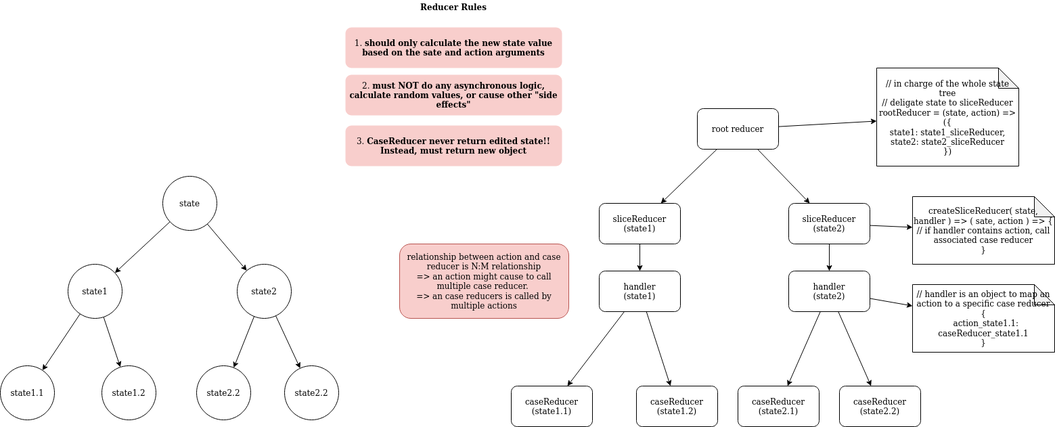
Before: reducer_logic.png, a diagram exported from draw.io (stsiwo/react_redux_concept). Source tidied: cells renumbered, new cells last; positions are measured from the earlier drawing's top-left corner, leaving out a move shared by most shapes.
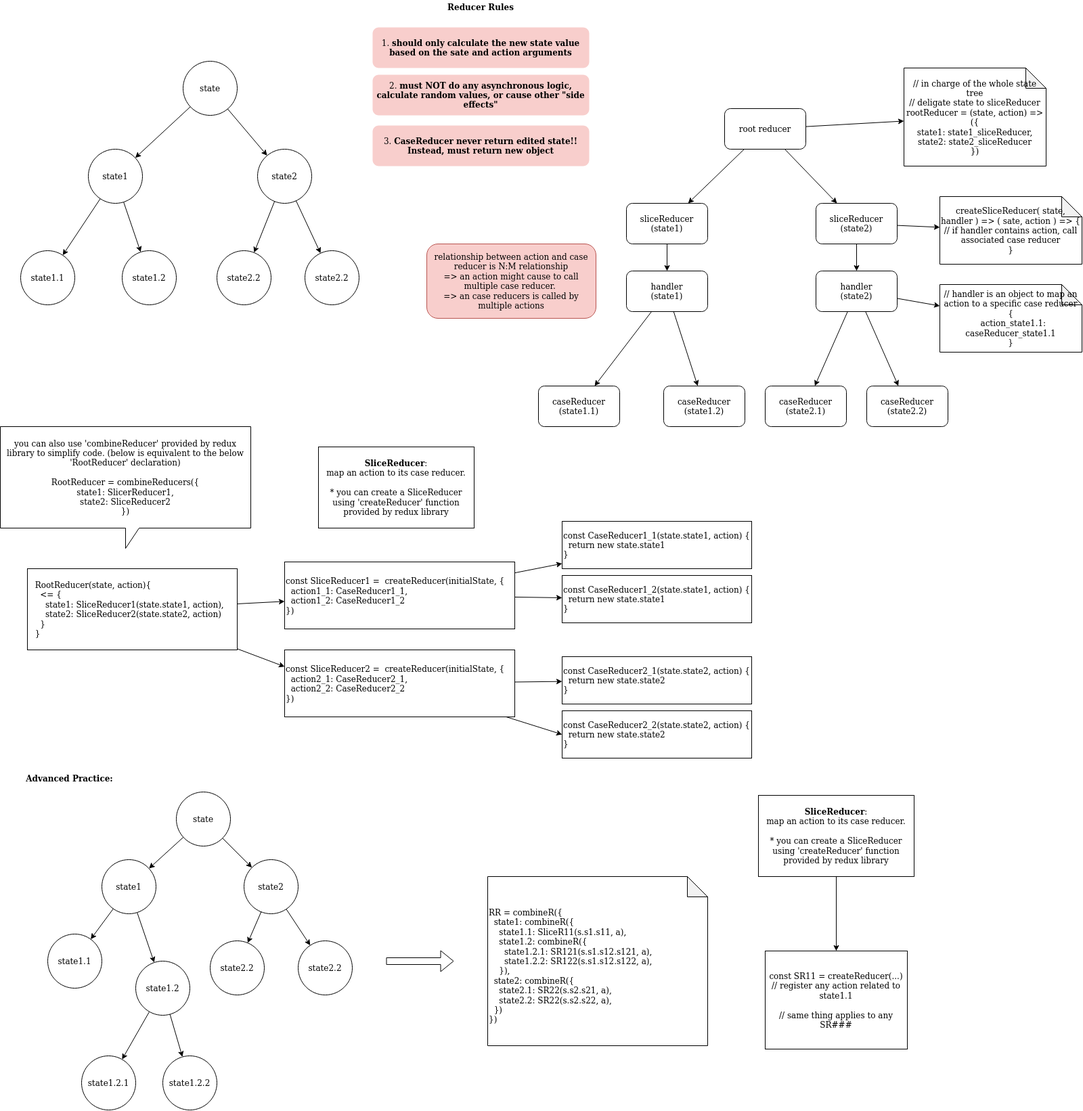
Above is the later version.

Change to the diagram source:
```diff
@@ -27,7 +27,7 @@
       <mxGeometry relative="1" as="geometry" />
     </mxCell>
     <mxCell id="10" value="state" style="ellipse;whiteSpace=wrap;html=1;" parent="1" vertex="1">
-      <mxGeometry x="240" y="260" width="80" height="80" as="geometry" />
+      <mxGeometry x="230" y="90" width="80" height="80" as="geometry" />
     </mxCell>
     <mxCell id="11" style="edgeStyle=none;rounded=0;jettySize=auto;html=1;" parent="1" edge="1" source="13" target="15">
       <mxGeometry relative="1" as="geometry" />
@@ -36,13 +36,13 @@
       <mxGeometry relative="1" as="geometry" />
     </mxCell>
     <mxCell id="13" value="state2" style="ellipse;whiteSpace=wrap;html=1;" parent="1" vertex="1">
-      <mxGeometry x="350" y="390" width="80" height="80" as="geometry" />
+      <mxGeometry x="340" y="220" width="80" height="80" as="geometry" />
     </mxCell>
     <mxCell id="14" value="state2.2" style="ellipse;whiteSpace=wrap;html=1;" parent="1" vertex="1">
-      <mxGeometry x="420" y="540" width="80" height="80" as="geometry" />
+      <mxGeometry x="410" y="370" width="80" height="80" as="geometry" />
     </mxCell>
     <mxCell id="15" value="state2.2" style="ellipse;whiteSpace=wrap;html=1;" parent="1" vertex="1">
-      <mxGeometry x="290" y="540" width="80" height="80" as="geometry" />
+      <mxGeometry x="280" y="370" width="80" height="80" as="geometry" />
     </mxCell>
     <mxCell id="16" style="edgeStyle=none;rounded=0;jettySize=auto;html=1;" parent="1" edge="1" source="18" target="20">
       <mxGeometry relative="1" as="geometry" />
@@ -51,13 +51,13 @@
       <mxGeometry relative="1" as="geometry" />
     </mxCell>
     <mxCell id="18" value="state1" style="ellipse;whiteSpace=wrap;html=1;" parent="1" vertex="1">
-      <mxGeometry x="100" y="390" width="80" height="80" as="geometry" />
+      <mxGeometry x="90" y="220" width="80" height="80" as="geometry" />
     </mxCell>
     <mxCell id="19" value="state1.2" style="ellipse;whiteSpace=wrap;html=1;" parent="1" vertex="1">
-      <mxGeometry x="150" y="540" width="80" height="80" as="geometry" />
+      <mxGeometry x="140" y="370" width="80" height="80" as="geometry" />
     </mxCell>
     <mxCell id="20" value="state1.1" style="ellipse;whiteSpace=wrap;html=1;" parent="1" vertex="1">
-      <mxGeometry y="540" width="80" height="80" as="geometry" />
+      <mxGeometry x="-10" y="370" width="80" height="80" as="geometry" />
     </mxCell>
     <mxCell id="21" value="// in charge of the whole state tree&lt;br&gt;// deligate state to sliceReducer&lt;br&gt;rootReducer = (state, action) =&amp;gt; ({&lt;br&gt;state1: state1_sliceReducer,&lt;br&gt;state2: state2_sliceReducer&lt;br&gt;})&lt;br&gt;" style="shape=note;whiteSpace=wrap;html=1;backgroundOutline=1;darkOpacity=0.05;" parent="1" vertex="1">
       <mxGeometry x="1295" y="100" width="210" height="145" as="geometry" />
@@ -125,5 +125,122 @@
     <mxCell id="42" value="&lt;b&gt;Reducer Rules&lt;/b&gt;" style="text;html=1;strokeColor=none;fillColor=none;align=center;verticalAlign=middle;whiteSpace=wrap;rounded=0;" parent="1" vertex="1">
       <mxGeometry x="605" width="130" height="20" as="geometry" />
     </mxCell>
+    <mxCell id="43" style="rounded=0;jettySize=auto;html=1;" parent="1" edge="1" source="45" target="49">
+      <mxGeometry relative="1" as="geometry" />
+    </mxCell>
+    <mxCell id="44" style="edgeStyle=none;rounded=0;jettySize=auto;html=1;entryX=0;entryY=0.25;entryDx=0;entryDy=0;" parent="1" edge="1" source="45" target="52">
+      <mxGeometry relative="1" as="geometry" />
+    </mxCell>
+    <mxCell id="45" value="&lt;div&gt;&lt;br&gt;&lt;/div&gt;&lt;div align=&quot;left&quot;&gt;RootReducer(state, action){&lt;/div&gt;&lt;div align=&quot;left&quot;&gt;&amp;nbsp; &amp;lt;= {&lt;/div&gt;&lt;div align=&quot;left&quot;&gt;&amp;nbsp;&amp;nbsp;&amp;nbsp; state1: SliceReducer1(state.state1, action),&amp;nbsp;&amp;nbsp; &lt;br&gt;&lt;/div&gt;&lt;div align=&quot;left&quot;&gt;&amp;nbsp;&amp;nbsp;&amp;nbsp; state2: SliceReducer2(state.state2, action)&lt;br&gt;&lt;/div&gt;&lt;div align=&quot;left&quot;&gt;&amp;nbsp; }&lt;/div&gt;&lt;div align=&quot;left&quot;&gt;}&lt;br&gt;&lt;/div&gt;&lt;div&gt;&lt;br&gt;&lt;/div&gt;" style="rounded=0;whiteSpace=wrap;html=1;" parent="1" vertex="1">
+      <mxGeometry y="840" width="310" height="120" as="geometry" />
+    </mxCell>
+    <mxCell id="46" value="&lt;div&gt;&lt;b&gt;SliceReducer&lt;/b&gt;:&lt;/div&gt;&lt;div&gt;map an action to its case reducer.&lt;br&gt;&lt;/div&gt;&lt;div&gt;&lt;br&gt;&lt;/div&gt;&lt;div&gt;* you can create a SliceReducer using 'createReducer' function provided by redux library&lt;br&gt;&lt;/div&gt;" style="rounded=0;whiteSpace=wrap;html=1;" parent="1" vertex="1">
+      <mxGeometry x="430" y="660" width="230" height="120" as="geometry" />
+    </mxCell>
+    <mxCell id="47" style="edgeStyle=none;rounded=0;jettySize=auto;html=1;" parent="1" edge="1" source="49" target="53">
+      <mxGeometry relative="1" as="geometry" />
+    </mxCell>
+    <mxCell id="48" style="edgeStyle=none;rounded=0;jettySize=auto;html=1;" parent="1" edge="1" source="49" target="54">
+      <mxGeometry relative="1" as="geometry" />
+    </mxCell>
+    <mxCell id="49" value="&lt;div align=&quot;left&quot;&gt;const SliceReducer1 =&amp;nbsp; createReducer(initialState, { &lt;br&gt;&lt;/div&gt;&lt;div align=&quot;left&quot;&gt;&amp;nbsp; action1_1: CaseReducer1_1,&lt;/div&gt;&lt;div align=&quot;left&quot;&gt;&amp;nbsp; action1_2: CaseReducer1_2&lt;br&gt;&lt;/div&gt;&lt;div align=&quot;left&quot;&gt; })&lt;/div&gt;" style="rounded=0;whiteSpace=wrap;html=1;align=left;" parent="1" vertex="1">
+      <mxGeometry x="380" y="830" width="340" height="99" as="geometry" />
+    </mxCell>
+    <mxCell id="50" style="edgeStyle=none;rounded=0;jettySize=auto;html=1;" parent="1" edge="1" source="52" target="55">
+      <mxGeometry relative="1" as="geometry" />
+    </mxCell>
+    <mxCell id="51" style="edgeStyle=none;rounded=0;jettySize=auto;html=1;entryX=0;entryY=0.5;entryDx=0;entryDy=0;" parent="1" edge="1" source="52" target="56">
+      <mxGeometry relative="1" as="geometry" />
+    </mxCell>
+    <mxCell id="52" value="&lt;div align=&quot;left&quot;&gt;const SliceReducer2 =&amp;nbsp; createReducer(initialState, { &lt;br&gt;&lt;/div&gt;&lt;div align=&quot;left&quot;&gt;&amp;nbsp; action2_1: CaseReducer2_1,&lt;/div&gt;&lt;div align=&quot;left&quot;&gt;&amp;nbsp; action2_2: CaseReducer2_2&lt;br&gt;&lt;/div&gt;&lt;div align=&quot;left&quot;&gt; })&lt;/div&gt;" style="rounded=0;whiteSpace=wrap;html=1;align=left;" parent="1" vertex="1">
+      <mxGeometry x="380" y="960" width="340" height="99" as="geometry" />
+    </mxCell>
+    <mxCell id="53" value="&lt;div align=&quot;left&quot;&gt;const CaseReducer1_1(state.state1, action) {&lt;/div&gt;&lt;div align=&quot;left&quot;&gt;&amp;nbsp; return new state.state1&lt;/div&gt;&lt;div align=&quot;left&quot;&gt;}&lt;br&gt;&lt;/div&gt;" style="rounded=0;whiteSpace=wrap;html=1;align=left;" parent="1" vertex="1">
+      <mxGeometry x="790" y="770" width="280" height="70" as="geometry" />
+    </mxCell>
+    <mxCell id="54" value="&lt;div align=&quot;left&quot;&gt;const CaseReducer1_2(state.state1, action) {&lt;/div&gt;&lt;div align=&quot;left&quot;&gt;&amp;nbsp; return new state.state1&lt;/div&gt;&lt;div align=&quot;left&quot;&gt;}&lt;br&gt;&lt;/div&gt;" style="rounded=0;whiteSpace=wrap;html=1;align=left;" parent="1" vertex="1">
+      <mxGeometry x="790" y="850" width="280" height="70" as="geometry" />
+    </mxCell>
+    <mxCell id="55" value="&lt;div align=&quot;left&quot;&gt;const CaseReducer2_1(state.state2, action) {&lt;/div&gt;&lt;div align=&quot;left&quot;&gt;&amp;nbsp; return new state.state2&lt;/div&gt;&lt;div align=&quot;left&quot;&gt;}&lt;br&gt;&lt;/div&gt;" style="rounded=0;whiteSpace=wrap;html=1;align=left;" parent="1" vertex="1">
+      <mxGeometry x="790" y="970" width="280" height="70" as="geometry" />
+    </mxCell>
+    <mxCell id="56" value="&lt;div align=&quot;left&quot;&gt;const CaseReducer2_2(state.state2, action) {&lt;/div&gt;&lt;div align=&quot;left&quot;&gt;&amp;nbsp; return new state.state2&lt;/div&gt;&lt;div align=&quot;left&quot;&gt;}&lt;br&gt;&lt;/div&gt;" style="rounded=0;whiteSpace=wrap;html=1;align=left;" parent="1" vertex="1">
+      <mxGeometry x="790" y="1050" width="280" height="70" as="geometry" />
+    </mxCell>
+    <mxCell id="57" value="&lt;div&gt;you can also use 'combineReducer' provided by redux library to simplify code.&amp;nbsp;(below is equivalent to the below 'RootReducer' declaration)&lt;/div&gt;&lt;div&gt;&lt;br&gt;&lt;/div&gt;&lt;div&gt;RootReducer = combineReducers({&lt;/div&gt;&lt;div&gt;state1: SlicerReducer1,&lt;/div&gt;&lt;div&gt;state2: SliceReducer2&lt;br&gt;&lt;/div&gt;&lt;div&gt;})&lt;br&gt;&lt;/div&gt;" style="shape=callout;whiteSpace=wrap;html=1;perimeter=calloutPerimeter;" parent="1" vertex="1">
+      <mxGeometry x="-40" y="630" width="370" height="180" as="geometry" />
+    </mxCell>
+    <mxCell id="58" value="&lt;b&gt;Advanced Practice:&lt;/b&gt;" style="text;html=1;strokeColor=none;fillColor=none;align=center;verticalAlign=middle;whiteSpace=wrap;rounded=0;" parent="1" vertex="1">
+      <mxGeometry x="-5" y="1140" width="135" height="20" as="geometry" />
+    </mxCell>
+    <mxCell id="59" style="edgeStyle=none;rounded=0;jettySize=auto;html=1;" parent="1" edge="1" source="61" target="69">
+      <mxGeometry relative="1" as="geometry" />
+    </mxCell>
+    <mxCell id="60" style="edgeStyle=none;rounded=0;jettySize=auto;html=1;" parent="1" edge="1" source="61" target="64">
+      <mxGeometry relative="1" as="geometry" />
+    </mxCell>
+    <mxCell id="61" value="state" style="ellipse;whiteSpace=wrap;html=1;" parent="1" vertex="1">
+      <mxGeometry x="220" y="1170" width="80" height="80" as="geometry" />
+    </mxCell>
+    <mxCell id="62" style="edgeStyle=none;rounded=0;jettySize=auto;html=1;" parent="1" edge="1" source="64" target="66">
+      <mxGeometry relative="1" as="geometry" />
+    </mxCell>
+    <mxCell id="63" style="edgeStyle=none;rounded=0;jettySize=auto;html=1;" parent="1" edge="1" source="64" target="65">
+      <mxGeometry relative="1" as="geometry" />
+    </mxCell>
+    <mxCell id="64" value="state2" style="ellipse;whiteSpace=wrap;html=1;" parent="1" vertex="1">
+      <mxGeometry x="320" y="1270" width="80" height="80" as="geometry" />
+    </mxCell>
+    <mxCell id="65" value="state2.2" style="ellipse;whiteSpace=wrap;html=1;" parent="1" vertex="1">
+      <mxGeometry x="400" y="1390" width="80" height="80" as="geometry" />
+    </mxCell>
+    <mxCell id="66" value="state2.2" style="ellipse;whiteSpace=wrap;html=1;" parent="1" vertex="1">
+      <mxGeometry x="270" y="1390" width="80" height="80" as="geometry" />
+    </mxCell>
+    <mxCell id="67" style="edgeStyle=none;rounded=0;jettySize=auto;html=1;" parent="1" edge="1" source="69" target="73">
+      <mxGeometry relative="1" as="geometry" />
+    </mxCell>
+    <mxCell id="68" style="edgeStyle=none;rounded=0;jettySize=auto;html=1;" parent="1" edge="1" source="69" target="72">
+      <mxGeometry relative="1" as="geometry" />
+    </mxCell>
+    <mxCell id="69" value="state1" style="ellipse;whiteSpace=wrap;html=1;" parent="1" vertex="1">
+      <mxGeometry x="110" y="1270" width="80" height="80" as="geometry" />
+    </mxCell>
+    <mxCell id="70" style="edgeStyle=none;rounded=0;jettySize=auto;html=1;" parent="1" edge="1" source="72" target="74">
+      <mxGeometry relative="1" as="geometry" />
+    </mxCell>
+    <mxCell id="71" style="edgeStyle=none;rounded=0;jettySize=auto;html=1;" parent="1" edge="1" source="72" target="75">
+      <mxGeometry relative="1" as="geometry" />
+    </mxCell>
+    <mxCell id="72" value="state1.2" style="ellipse;whiteSpace=wrap;html=1;" parent="1" vertex="1">
+      <mxGeometry x="160" y="1420" width="80" height="80" as="geometry" />
+    </mxCell>
+    <mxCell id="73" value="state1.1" style="ellipse;whiteSpace=wrap;html=1;" parent="1" vertex="1">
+      <mxGeometry x="30" y="1380" width="80" height="80" as="geometry" />
+    </mxCell>
+    <mxCell id="74" value="state1.2.1" style="ellipse;whiteSpace=wrap;html=1;" parent="1" vertex="1">
+      <mxGeometry x="80" y="1560" width="80" height="80" as="geometry" />
+    </mxCell>
+    <mxCell id="75" value="state1.2.2" style="ellipse;whiteSpace=wrap;html=1;" parent="1" vertex="1">
+      <mxGeometry x="200" y="1560" width="80" height="80" as="geometry" />
+    </mxCell>
+    <mxCell id="76" value="&lt;div align=&quot;left&quot;&gt;&lt;br&gt;&lt;/div&gt;&lt;div align=&quot;left&quot;&gt;RR = combineR({&lt;/div&gt;&lt;div align=&quot;left&quot;&gt;&amp;nbsp; state1: combineR({&lt;/div&gt;&lt;div align=&quot;left&quot;&gt;&amp;nbsp;&amp;nbsp;&amp;nbsp; state1.1: SliceR11(s.s1.s11, a),&lt;/div&gt;&lt;div align=&quot;left&quot;&gt;&amp;nbsp;&amp;nbsp;&amp;nbsp; state1.2: combineR({&lt;/div&gt;&lt;div align=&quot;left&quot;&gt;&amp;nbsp;&amp;nbsp;&amp;nbsp;&amp;nbsp;&amp;nbsp; state1.2.1: SR121(s.s1.s12.s121, a),&lt;/div&gt;&lt;div align=&quot;left&quot;&gt;&amp;nbsp;&amp;nbsp;&amp;nbsp;&amp;nbsp;&amp;nbsp; state1.2.2: SR122(s.s1.s12.s122, a),&lt;/div&gt;&lt;div align=&quot;left&quot;&gt;&amp;nbsp;&amp;nbsp;&amp;nbsp; }),&lt;/div&gt;&lt;div align=&quot;left&quot;&gt;&amp;nbsp; state2: combineR({&lt;/div&gt;&lt;div align=&quot;left&quot;&gt;&amp;nbsp;&amp;nbsp;&amp;nbsp; state2.1: SR22(s.s2.s21, a),&lt;/div&gt;&lt;div align=&quot;left&quot;&gt;&amp;nbsp;&amp;nbsp;&amp;nbsp; state2.2: SR22(s.s2.s22, a),&lt;/div&gt;&lt;div align=&quot;left&quot;&gt;&amp;nbsp; })&lt;/div&gt;&lt;div align=&quot;left&quot;&gt;})&lt;br&gt;&lt;/div&gt;" style="shape=note;whiteSpace=wrap;html=1;backgroundOutline=1;darkOpacity=0.05;align=left;" parent="1" vertex="1">
+      <mxGeometry x="680" y="1295" width="325" height="250" as="geometry" />
+    </mxCell>
+    <mxCell id="77" style="shape=flexArrow;endArrow=classic;html=1;" parent="1" edge="1">
+      <mxGeometry relative="1" as="geometry">
+        <mxPoint x="530" y="1420" as="sourcePoint" />
+        <mxPoint x="630" y="1420" as="targetPoint" />
+      </mxGeometry>
+    </mxCell>
+    <mxCell id="78" style="edgeStyle=none;rounded=0;jettySize=auto;html=1;" parent="1" edge="1" source="79" target="80">
+      <mxGeometry relative="1" as="geometry" />
+    </mxCell>
+    <mxCell id="79" value="&lt;div&gt;&lt;b&gt;SliceReducer&lt;/b&gt;:&lt;/div&gt;&lt;div&gt;map an action to its case reducer.&lt;br&gt;&lt;/div&gt;&lt;div&gt;&lt;br&gt;&lt;/div&gt;&lt;div&gt;* you can create a SliceReducer using 'createReducer' function provided by redux library&lt;br&gt;&lt;/div&gt;" style="rounded=0;whiteSpace=wrap;html=1;" parent="1" vertex="1">
+      <mxGeometry x="1080" y="1175" width="230" height="120" as="geometry" />
+    </mxCell>
+    <mxCell id="80" value="&lt;div&gt;const SR11 = createReducer(...)&lt;/div&gt;&lt;div&gt;// register any action related to state1.1&lt;/div&gt;&lt;div&gt;&lt;br&gt;&lt;/div&gt;&lt;div&gt;// same thing applies to any SR###&lt;br&gt;&lt;/div&gt;" style="whiteSpace=wrap;html=1;rounded=0;" parent="1" vertex="1">
+      <mxGeometry x="1090" y="1405" width="210" height="145" as="geometry" />
+    </mxCell>
   </root>
 </mxGraphModel>
```
